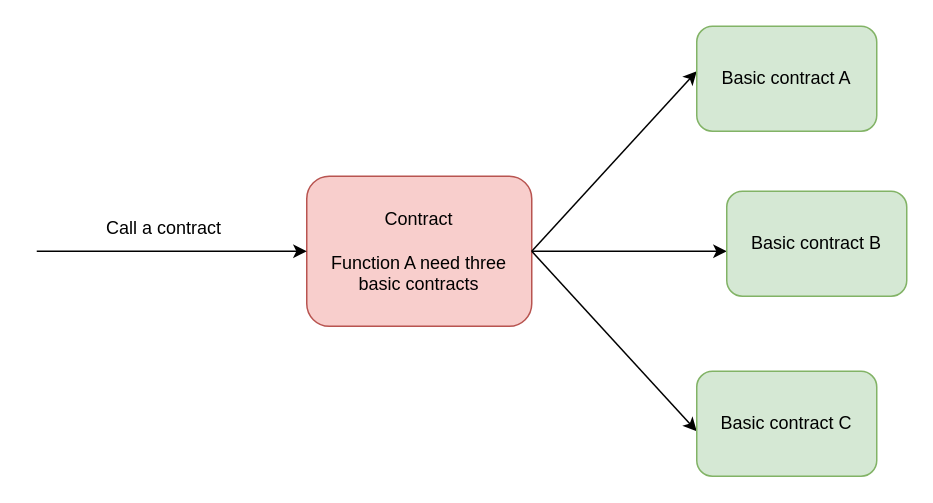
Earlier version of the draw.io diagram evm/call contract in contracts.drawio (0xyicheng/a-research-diagram). Source tidied: cells renumbered, new cells numbered last; positions are measured from the earlier drawing's top-left corner, leaving out a move shared by most shapes. Both pictures are drawn from the tidied source at 150%, with x=0, y=0 at pixel (36, 26).
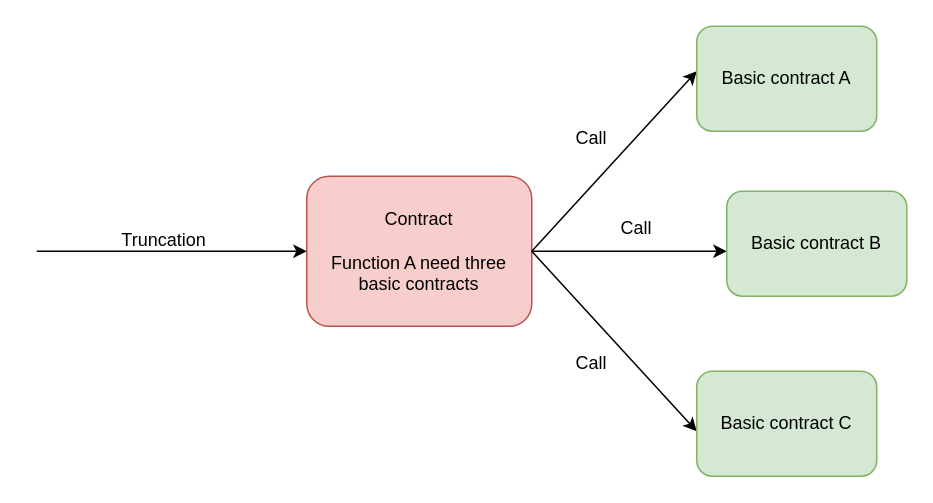
Above is the later version.

Diff of the diagram source:
```diff
@@
 <mxGraphModel>
   <root>
     <mxCell id="0" />
     <mxCell id="1" parent="0" />
     <mxCell id="2" value="Contract&lt;br&gt;&lt;br&gt;Function A need three basic contracts" style="rounded=1;whiteSpace=wrap;html=1;fillColor=#f8cecc;strokeColor=#b85450;" parent="1" vertex="1">
       <mxGeometry x="180" y="100" width="150" height="100" as="geometry" />
     </mxCell>
     <mxCell id="3" style="endArrow=classic;html=1;rounded=0;" parent="1" edge="1">
       <mxGeometry relative="1" as="geometry">
         <mxPoint y="150" as="sourcePoint" />
         <mxPoint x="180" y="150" as="targetPoint" />
       </mxGeometry>
     </mxCell>
-    <mxCell id="4" value="Call a contract" style="text;html=1;strokeColor=none;fillColor=none;align=center;verticalAlign=middle;whiteSpace=wrap;rounded=0;" parent="1" vertex="1">
+    <mxCell id="4" value="&lt;br&gt;Truncation" style="text;html=1;strokeColor=none;fillColor=none;align=center;verticalAlign=middle;whiteSpace=wrap;rounded=0;" parent="1" vertex="1">
       <mxGeometry x="30" y="120" width="110" height="30" as="geometry" />
     </mxCell>
     <mxCell id="5" style="endArrow=classic;html=1;rounded=0;" parent="1" edge="1">
       <mxGeometry relative="1" as="geometry">
         <mxPoint x="330" y="150" as="sourcePoint" />
         <mxPoint x="440" y="30" as="targetPoint" />
       </mxGeometry>
     </mxCell>
     <mxCell id="6" style="endArrow=classic;html=1;rounded=0;" parent="1" edge="1">
       <mxGeometry relative="1" as="geometry">
         <mxPoint x="330" y="150" as="sourcePoint" />
         <mxPoint x="460" y="150" as="targetPoint" />
       </mxGeometry>
     </mxCell>
     <mxCell id="7" style="endArrow=classic;html=1;rounded=0;" parent="1" edge="1">
       <mxGeometry relative="1" as="geometry">
         <mxPoint x="330" y="150" as="sourcePoint" />
         <mxPoint x="440" y="270" as="targetPoint" />
       </mxGeometry>
     </mxCell>
     <mxCell id="8" value="Basic contract A" style="rounded=1;whiteSpace=wrap;html=1;fillColor=#d5e8d4;strokeColor=#82b366;" parent="1" vertex="1">
       <mxGeometry x="440" width="120" height="70" as="geometry" />
     </mxCell>
     <mxCell id="9" value="Basic contract B" style="rounded=1;whiteSpace=wrap;html=1;fillColor=#d5e8d4;strokeColor=#82b366;" parent="1" vertex="1">
       <mxGeometry x="460" y="110" width="120" height="70" as="geometry" />
     </mxCell>
     <mxCell id="10" value="Basic contract C" style="rounded=1;whiteSpace=wrap;html=1;fillColor=#d5e8d4;strokeColor=#82b366;" parent="1" vertex="1">
       <mxGeometry x="440" y="230" width="120" height="70" as="geometry" />
     </mxCell>
+    <mxCell id="11" value="Call" style="text;html=1;strokeColor=none;fillColor=none;align=center;verticalAlign=middle;whiteSpace=wrap;rounded=0;" parent="1" vertex="1">
+      <mxGeometry x="340" y="60" width="60" height="30" as="geometry" />
+    </mxCell>
+    <mxCell id="12" value="Call" style="text;html=1;strokeColor=none;fillColor=none;align=center;verticalAlign=middle;whiteSpace=wrap;rounded=0;" parent="1" vertex="1">
+      <mxGeometry x="370" y="120" width="60" height="30" as="geometry" />
+    </mxCell>
+    <mxCell id="13" value="Call" style="text;html=1;strokeColor=none;fillColor=none;align=center;verticalAlign=middle;whiteSpace=wrap;rounded=0;" parent="1" vertex="1">
+      <mxGeometry x="340" y="210" width="60" height="30" as="geometry" />
+    </mxCell>
   </root>
 </mxGraphModel>
```
